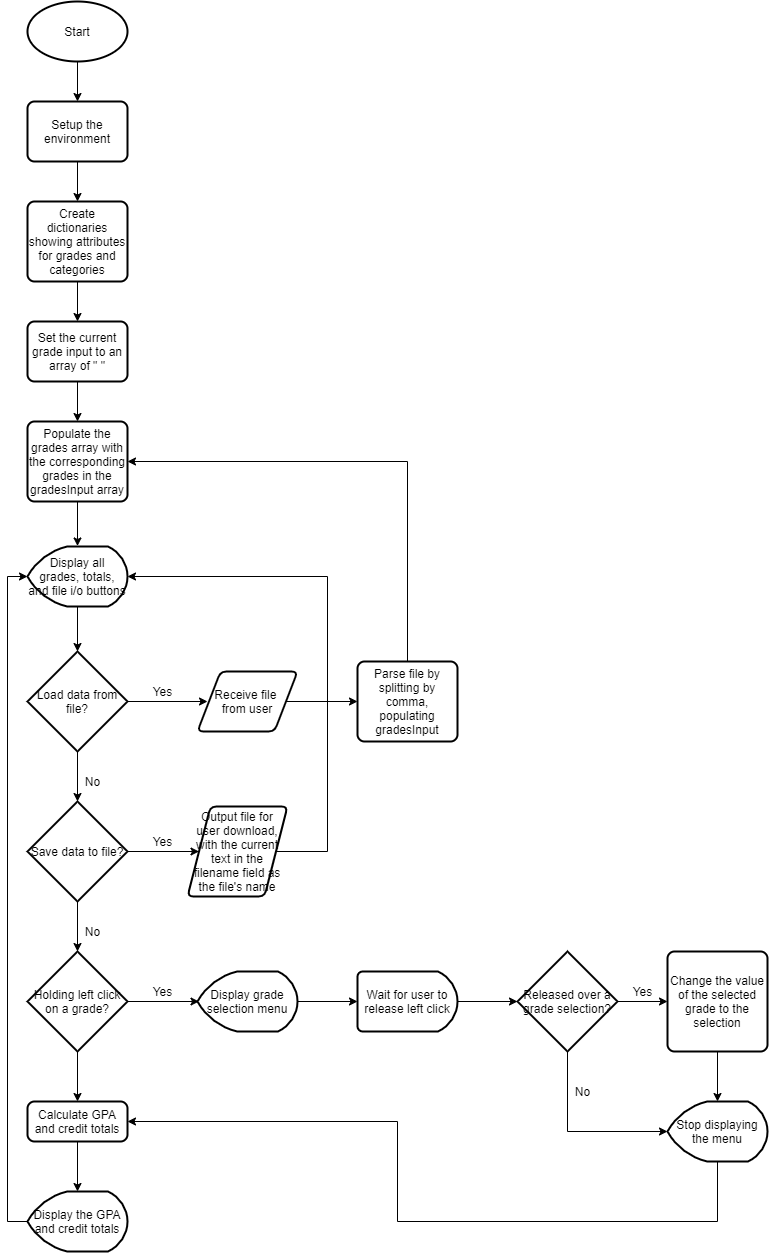
Before: logicDiagram.png, a diagram exported from draw.io (nicholasz2510/gpa-calc-cp2). Source tidied: cells renumbered, new cells last; positions are measured from the earlier drawing's top-left corner, leaving out a move shared by most shapes.
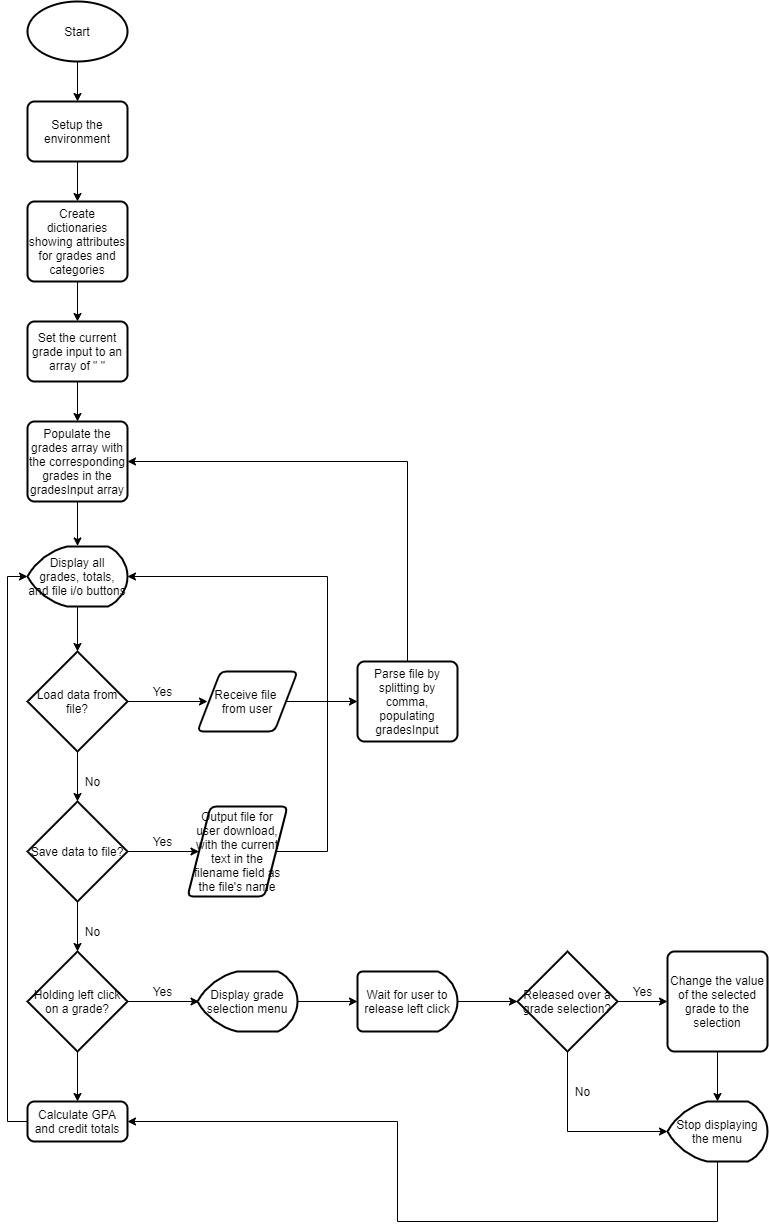
The same diagram one commit later.

Commit message:
Improve contrast of diagrams

Diff of the diagram source:
```diff
@@ -176,22 +176,16 @@
     <mxCell id="46" value="Stop displaying the menu" style="strokeWidth=2;html=1;shape=mxgraph.flowchart.display;whiteSpace=wrap;" parent="1" vertex="1">
       <mxGeometry x="660" y="1100" width="100" height="60" as="geometry" />
     </mxCell>
-    <mxCell id="47" style="edgeStyle=orthogonalEdgeStyle;rounded=0;jettySize=auto;html=1;entryX=0.5;entryY=0;entryDx=0;entryDy=0;entryPerimeter=0;" parent="1" edge="1" source="48" target="50">
-      <mxGeometry relative="1" as="geometry" />
-    </mxCell>
     <mxCell id="48" value="Calculate GPA and credit totals" style="rounded=1;whiteSpace=wrap;html=1;absoluteArcSize=1;arcSize=14;strokeWidth=2;" parent="1" vertex="1">
       <mxGeometry x="20" y="1100" width="100" height="40" as="geometry" />
     </mxCell>
-    <mxCell id="49" style="edgeStyle=orthogonalEdgeStyle;rounded=0;jettySize=auto;html=1;entryX=0;entryY=0.5;entryDx=0;entryDy=0;entryPerimeter=0;" parent="1" edge="1" source="50" target="37">
+    <mxCell id="49" style="edgeStyle=orthogonalEdgeStyle;rounded=0;jettySize=auto;html=1;entryX=0;entryY=0.5;entryDx=0;entryDy=0;entryPerimeter=0;exitX=0;exitY=0.5;exitDx=0;exitDy=0;" parent="1" edge="1" source="48" target="37">
       <mxGeometry relative="1" as="geometry">
         <Array as="points">
-          <mxPoint y="1220" />
+          <mxPoint y="1120" />
           <mxPoint y="575" />
         </Array>
       </mxGeometry>
     </mxCell>
-    <mxCell id="50" value="Display the GPA and credit totals" style="strokeWidth=2;html=1;shape=mxgraph.flowchart.display;whiteSpace=wrap;" parent="1" vertex="1">
-      <mxGeometry x="20" y="1190" width="100" height="60" as="geometry" />
-    </mxCell>
   </root>
 </mxGraphModel>
```
